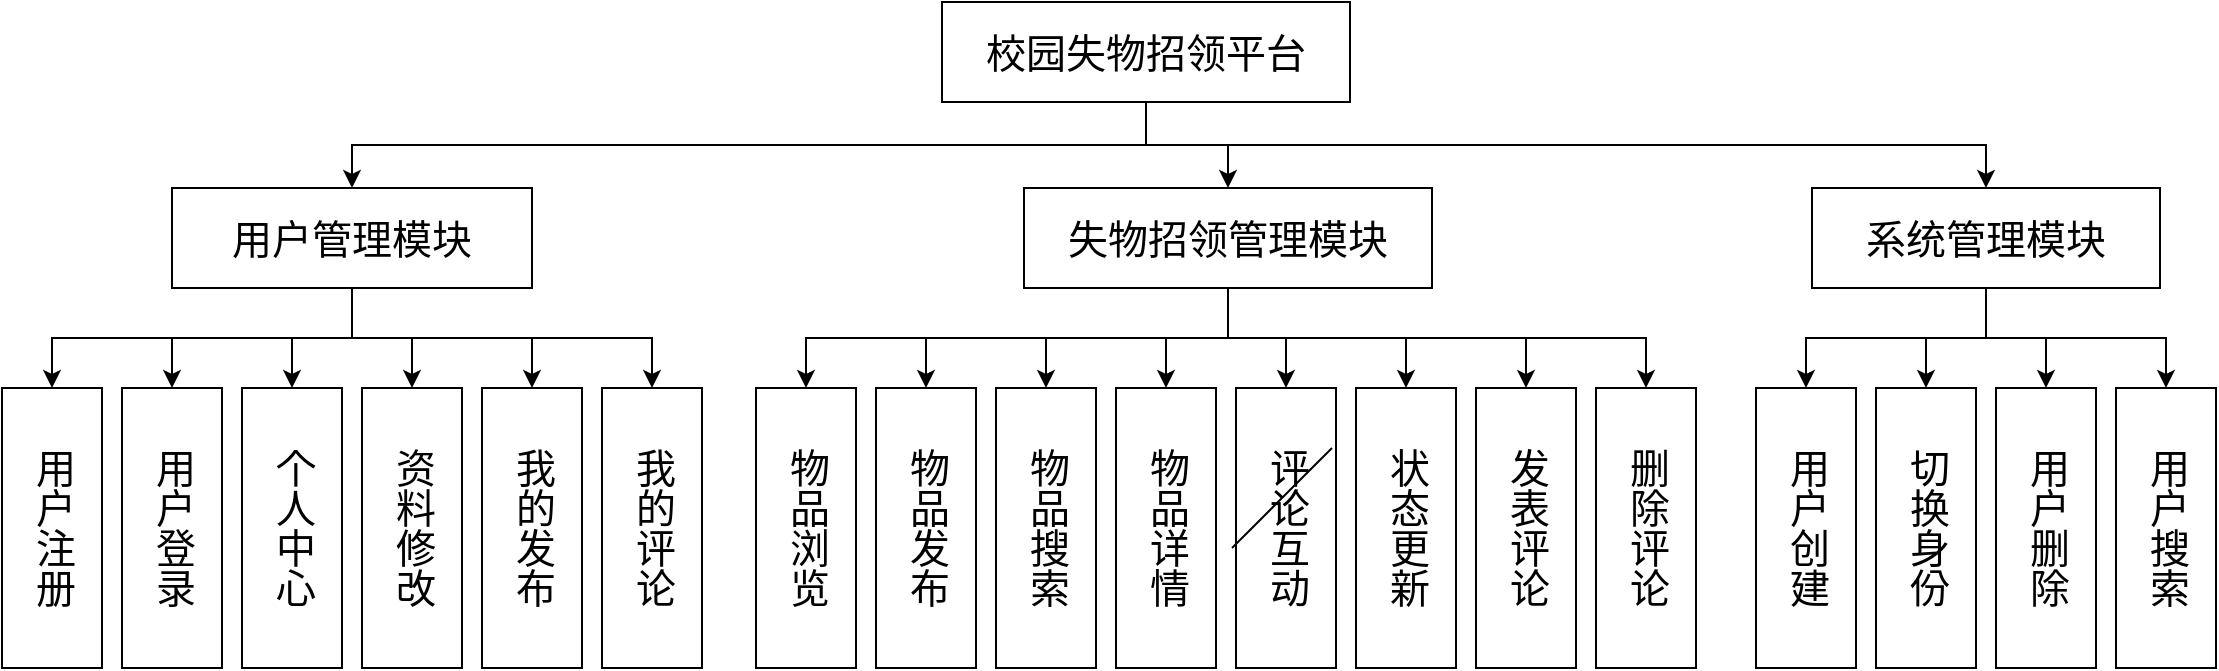
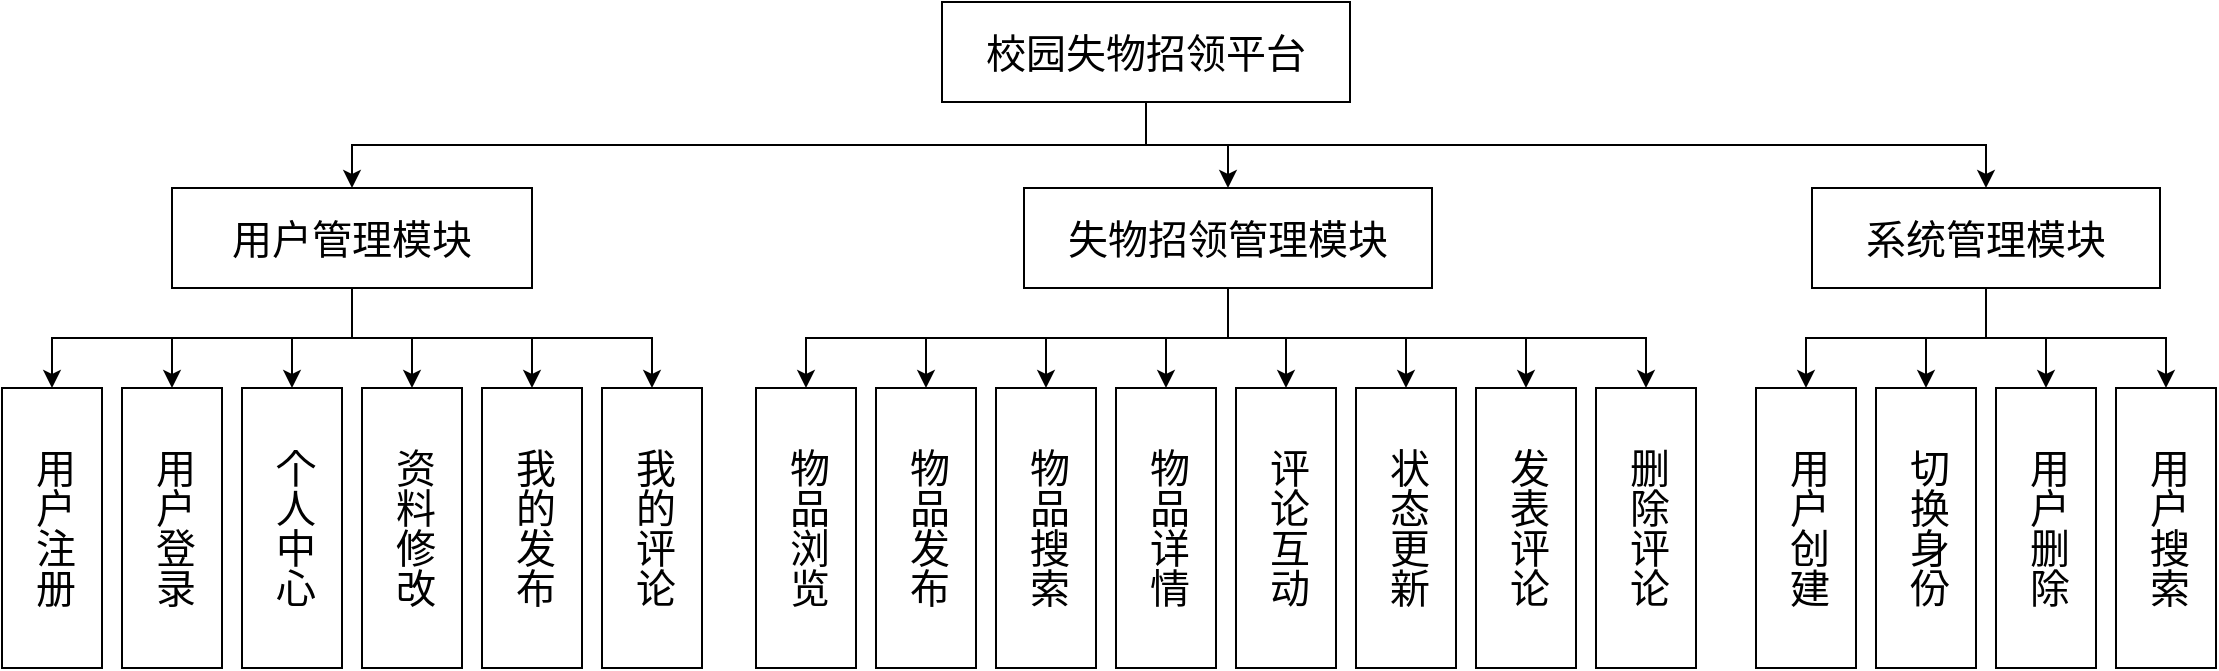
<mxfile host="app.diagrams.net">
  <diagram name="第 1 页" id="nJs_Kllohc66D-umpGYJ">
    <mxGraphModel dx="1460" dy="757" grid="1" gridSize="10" guides="1" tooltips="1" connect="1" arrows="1" fold="1" page="1" pageScale="1" pageWidth="1169" pageHeight="827" math="0" shadow="0">
      <root>
        <mxCell id="0" />
        <mxCell id="1" parent="0" />
        <mxCell id="WZJZH5SAOD1qW-51Krsf-39" edge="1" parent="1" source="WZJZH5SAOD1qW-51Krsf-6" style="edgeStyle=orthogonalEdgeStyle;rounded=0;orthogonalLoop=1;jettySize=auto;html=1;exitX=0.5;exitY=1;exitDx=0;exitDy=0;entryX=0.5;entryY=0;entryDx=0;entryDy=0;" target="WZJZH5SAOD1qW-51Krsf-7">
          <mxGeometry relative="1" as="geometry" />
        </mxCell>
        <mxCell id="WZJZH5SAOD1qW-51Krsf-40" edge="1" parent="1" source="WZJZH5SAOD1qW-51Krsf-6" style="edgeStyle=orthogonalEdgeStyle;rounded=0;orthogonalLoop=1;jettySize=auto;html=1;exitX=0.5;exitY=1;exitDx=0;exitDy=0;entryX=0.5;entryY=0;entryDx=0;entryDy=0;" target="WZJZH5SAOD1qW-51Krsf-8">
          <mxGeometry relative="1" as="geometry" />
        </mxCell>
        <mxCell id="WZJZH5SAOD1qW-51Krsf-41" edge="1" parent="1" source="WZJZH5SAOD1qW-51Krsf-6" style="edgeStyle=orthogonalEdgeStyle;rounded=0;orthogonalLoop=1;jettySize=auto;html=1;exitX=0.5;exitY=1;exitDx=0;exitDy=0;entryX=0.5;entryY=0;entryDx=0;entryDy=0;" target="WZJZH5SAOD1qW-51Krsf-9">
          <mxGeometry relative="1" as="geometry" />
        </mxCell>
        <mxCell id="WZJZH5SAOD1qW-51Krsf-6" parent="1" style="rounded=0;whiteSpace=wrap;html=1;fillColor=none;" value="&lt;font style=&quot;font-size: 20px;&quot;&gt;校园失物招领平台&lt;/font&gt;" vertex="1">
          <mxGeometry height="50" width="204" x="485" y="37" as="geometry" />
        </mxCell>
        <mxCell id="WZJZH5SAOD1qW-51Krsf-33" edge="1" parent="1" source="WZJZH5SAOD1qW-51Krsf-7" style="edgeStyle=orthogonalEdgeStyle;rounded=0;orthogonalLoop=1;jettySize=auto;html=1;exitX=0.5;exitY=1;exitDx=0;exitDy=0;entryX=0.5;entryY=0;entryDx=0;entryDy=0;" target="WZJZH5SAOD1qW-51Krsf-10">
          <mxGeometry relative="1" as="geometry" />
        </mxCell>
        <mxCell id="WZJZH5SAOD1qW-51Krsf-34" edge="1" parent="1" source="WZJZH5SAOD1qW-51Krsf-7" style="edgeStyle=orthogonalEdgeStyle;rounded=0;orthogonalLoop=1;jettySize=auto;html=1;exitX=0.5;exitY=1;exitDx=0;exitDy=0;" target="WZJZH5SAOD1qW-51Krsf-11">
          <mxGeometry relative="1" as="geometry" />
        </mxCell>
        <mxCell id="WZJZH5SAOD1qW-51Krsf-35" edge="1" parent="1" source="WZJZH5SAOD1qW-51Krsf-7" style="edgeStyle=orthogonalEdgeStyle;rounded=0;orthogonalLoop=1;jettySize=auto;html=1;exitX=0.5;exitY=1;exitDx=0;exitDy=0;entryX=0.5;entryY=0;entryDx=0;entryDy=0;" target="WZJZH5SAOD1qW-51Krsf-12">
          <mxGeometry relative="1" as="geometry" />
        </mxCell>
        <mxCell id="WZJZH5SAOD1qW-51Krsf-36" edge="1" parent="1" source="WZJZH5SAOD1qW-51Krsf-7" style="edgeStyle=orthogonalEdgeStyle;rounded=0;orthogonalLoop=1;jettySize=auto;html=1;exitX=0.5;exitY=1;exitDx=0;exitDy=0;entryX=0.5;entryY=0;entryDx=0;entryDy=0;" target="WZJZH5SAOD1qW-51Krsf-17">
          <mxGeometry relative="1" as="geometry" />
        </mxCell>
        <mxCell id="WZJZH5SAOD1qW-51Krsf-37" edge="1" parent="1" source="WZJZH5SAOD1qW-51Krsf-7" style="edgeStyle=orthogonalEdgeStyle;rounded=0;orthogonalLoop=1;jettySize=auto;html=1;exitX=0.5;exitY=1;exitDx=0;exitDy=0;entryX=0.5;entryY=0;entryDx=0;entryDy=0;" target="WZJZH5SAOD1qW-51Krsf-18">
          <mxGeometry relative="1" as="geometry" />
        </mxCell>
        <mxCell id="WZJZH5SAOD1qW-51Krsf-38" edge="1" parent="1" source="WZJZH5SAOD1qW-51Krsf-7" style="edgeStyle=orthogonalEdgeStyle;rounded=0;orthogonalLoop=1;jettySize=auto;html=1;exitX=0.5;exitY=1;exitDx=0;exitDy=0;entryX=0.5;entryY=0;entryDx=0;entryDy=0;" target="WZJZH5SAOD1qW-51Krsf-19">
          <mxGeometry relative="1" as="geometry" />
        </mxCell>
        <mxCell id="WZJZH5SAOD1qW-51Krsf-7" parent="1" style="rounded=0;whiteSpace=wrap;html=1;fillColor=none;" value="&lt;font style=&quot;font-size: 20px;&quot;&gt;用户管理模块&lt;/font&gt;" vertex="1">
          <mxGeometry height="50" width="180" x="100" y="130" as="geometry" />
        </mxCell>
        <mxCell id="WZJZH5SAOD1qW-51Krsf-42" edge="1" parent="1" source="WZJZH5SAOD1qW-51Krsf-8" style="edgeStyle=orthogonalEdgeStyle;rounded=0;orthogonalLoop=1;jettySize=auto;html=1;exitX=0.5;exitY=1;exitDx=0;exitDy=0;entryX=0.5;entryY=0;entryDx=0;entryDy=0;" target="WZJZH5SAOD1qW-51Krsf-20">
          <mxGeometry relative="1" as="geometry" />
        </mxCell>
        <mxCell id="WZJZH5SAOD1qW-51Krsf-43" edge="1" parent="1" source="WZJZH5SAOD1qW-51Krsf-8" style="edgeStyle=orthogonalEdgeStyle;rounded=0;orthogonalLoop=1;jettySize=auto;html=1;exitX=0.5;exitY=1;exitDx=0;exitDy=0;entryX=0.5;entryY=0;entryDx=0;entryDy=0;" target="WZJZH5SAOD1qW-51Krsf-21">
          <mxGeometry relative="1" as="geometry" />
        </mxCell>
        <mxCell id="WZJZH5SAOD1qW-51Krsf-44" edge="1" parent="1" source="WZJZH5SAOD1qW-51Krsf-8" style="edgeStyle=orthogonalEdgeStyle;rounded=0;orthogonalLoop=1;jettySize=auto;html=1;exitX=0.5;exitY=1;exitDx=0;exitDy=0;entryX=0.5;entryY=0;entryDx=0;entryDy=0;" target="WZJZH5SAOD1qW-51Krsf-22">
          <mxGeometry relative="1" as="geometry" />
        </mxCell>
        <mxCell id="WZJZH5SAOD1qW-51Krsf-45" edge="1" parent="1" source="WZJZH5SAOD1qW-51Krsf-8" style="edgeStyle=orthogonalEdgeStyle;rounded=0;orthogonalLoop=1;jettySize=auto;html=1;exitX=0.5;exitY=1;exitDx=0;exitDy=0;entryX=0.5;entryY=0;entryDx=0;entryDy=0;" target="WZJZH5SAOD1qW-51Krsf-23">
          <mxGeometry relative="1" as="geometry" />
        </mxCell>
        <mxCell id="WZJZH5SAOD1qW-51Krsf-46" edge="1" parent="1" source="WZJZH5SAOD1qW-51Krsf-8" style="edgeStyle=orthogonalEdgeStyle;rounded=0;orthogonalLoop=1;jettySize=auto;html=1;exitX=0.5;exitY=1;exitDx=0;exitDy=0;entryX=0.5;entryY=0;entryDx=0;entryDy=0;" target="WZJZH5SAOD1qW-51Krsf-24">
          <mxGeometry relative="1" as="geometry" />
        </mxCell>
        <mxCell id="WZJZH5SAOD1qW-51Krsf-47" edge="1" parent="1" source="WZJZH5SAOD1qW-51Krsf-8" style="edgeStyle=orthogonalEdgeStyle;rounded=0;orthogonalLoop=1;jettySize=auto;html=1;exitX=0.5;exitY=1;exitDx=0;exitDy=0;entryX=0.5;entryY=0;entryDx=0;entryDy=0;" target="WZJZH5SAOD1qW-51Krsf-25">
          <mxGeometry relative="1" as="geometry" />
        </mxCell>
        <mxCell id="WZJZH5SAOD1qW-51Krsf-48" edge="1" parent="1" source="WZJZH5SAOD1qW-51Krsf-8" style="edgeStyle=orthogonalEdgeStyle;rounded=0;orthogonalLoop=1;jettySize=auto;html=1;exitX=0.5;exitY=1;exitDx=0;exitDy=0;entryX=0.5;entryY=0;entryDx=0;entryDy=0;" target="WZJZH5SAOD1qW-51Krsf-26">
          <mxGeometry relative="1" as="geometry" />
        </mxCell>
        <mxCell id="WZJZH5SAOD1qW-51Krsf-49" edge="1" parent="1" source="WZJZH5SAOD1qW-51Krsf-8" style="edgeStyle=orthogonalEdgeStyle;rounded=0;orthogonalLoop=1;jettySize=auto;html=1;exitX=0.5;exitY=1;exitDx=0;exitDy=0;entryX=0.5;entryY=0;entryDx=0;entryDy=0;" target="WZJZH5SAOD1qW-51Krsf-27">
          <mxGeometry relative="1" as="geometry" />
        </mxCell>
        <mxCell id="WZJZH5SAOD1qW-51Krsf-8" parent="1" style="rounded=0;whiteSpace=wrap;html=1;fillColor=none;" value="&lt;font style=&quot;font-size: 20px;&quot;&gt;失物招领管理模块&lt;/font&gt;" vertex="1">
          <mxGeometry height="50" width="204" x="526" y="130" as="geometry" />
        </mxCell>
        <mxCell id="WZJZH5SAOD1qW-51Krsf-50" edge="1" parent="1" source="WZJZH5SAOD1qW-51Krsf-9" style="edgeStyle=orthogonalEdgeStyle;rounded=0;orthogonalLoop=1;jettySize=auto;html=1;exitX=0.5;exitY=1;exitDx=0;exitDy=0;entryX=0.5;entryY=0;entryDx=0;entryDy=0;" target="WZJZH5SAOD1qW-51Krsf-28">
          <mxGeometry relative="1" as="geometry" />
        </mxCell>
        <mxCell id="WZJZH5SAOD1qW-51Krsf-51" edge="1" parent="1" source="WZJZH5SAOD1qW-51Krsf-9" style="edgeStyle=orthogonalEdgeStyle;rounded=0;orthogonalLoop=1;jettySize=auto;html=1;exitX=0.5;exitY=1;exitDx=0;exitDy=0;entryX=0.5;entryY=0;entryDx=0;entryDy=0;" target="WZJZH5SAOD1qW-51Krsf-29">
          <mxGeometry relative="1" as="geometry" />
        </mxCell>
        <mxCell id="WZJZH5SAOD1qW-51Krsf-52" edge="1" parent="1" source="WZJZH5SAOD1qW-51Krsf-9" style="edgeStyle=orthogonalEdgeStyle;rounded=0;orthogonalLoop=1;jettySize=auto;html=1;exitX=0.5;exitY=1;exitDx=0;exitDy=0;entryX=0.5;entryY=0;entryDx=0;entryDy=0;" target="WZJZH5SAOD1qW-51Krsf-30">
          <mxGeometry relative="1" as="geometry" />
        </mxCell>
        <mxCell id="WZJZH5SAOD1qW-51Krsf-53" edge="1" parent="1" source="WZJZH5SAOD1qW-51Krsf-9" style="edgeStyle=orthogonalEdgeStyle;rounded=0;orthogonalLoop=1;jettySize=auto;html=1;exitX=0.5;exitY=1;exitDx=0;exitDy=0;entryX=0.5;entryY=0;entryDx=0;entryDy=0;" target="WZJZH5SAOD1qW-51Krsf-31">
          <mxGeometry relative="1" as="geometry" />
        </mxCell>
        <mxCell id="WZJZH5SAOD1qW-51Krsf-9" parent="1" style="rounded=0;whiteSpace=wrap;html=1;fillColor=none;" value="&lt;font style=&quot;font-size: 20px;&quot;&gt;系统管理模块&lt;/font&gt;" vertex="1">
          <mxGeometry height="50" width="174" x="920" y="130" as="geometry" />
        </mxCell>
        <mxCell id="WZJZH5SAOD1qW-51Krsf-10" parent="1" style="rounded=0;whiteSpace=wrap;html=1;fillColor=none;textDirection=vertical-lr;" value="&lt;font style=&quot;font-size: 20px;&quot;&gt;用户注册&lt;/font&gt;" vertex="1">
          <mxGeometry height="140" width="50" x="15" y="230" as="geometry" />
        </mxCell>
        <mxCell id="WZJZH5SAOD1qW-51Krsf-11" parent="1" style="rounded=0;whiteSpace=wrap;html=1;fillColor=none;textDirection=vertical-lr;" value="&lt;font style=&quot;font-size: 20px;&quot;&gt;用户登录&lt;/font&gt;" vertex="1">
          <mxGeometry height="140" width="50" x="75" y="230" as="geometry" />
        </mxCell>
        <mxCell id="WZJZH5SAOD1qW-51Krsf-12" parent="1" style="rounded=0;whiteSpace=wrap;html=1;fillColor=none;textDirection=vertical-lr;" value="&lt;span style=&quot;font-size: 20px;&quot;&gt;个人中心&lt;/span&gt;" vertex="1">
          <mxGeometry height="140" width="50" x="135" y="230" as="geometry" />
        </mxCell>
        <mxCell id="WZJZH5SAOD1qW-51Krsf-17" parent="1" style="rounded=0;whiteSpace=wrap;html=1;fillColor=none;textDirection=vertical-lr;" value="&lt;font style=&quot;font-size: 20px;&quot;&gt;资料修改&lt;/font&gt;" vertex="1">
          <mxGeometry height="140" width="50" x="195" y="230" as="geometry" />
        </mxCell>
        <mxCell id="WZJZH5SAOD1qW-51Krsf-18" parent="1" style="rounded=0;whiteSpace=wrap;html=1;fillColor=none;textDirection=vertical-lr;" value="&lt;font style=&quot;font-size: 20px;&quot;&gt;我的发布&lt;/font&gt;" vertex="1">
          <mxGeometry height="140" width="50" x="255" y="230" as="geometry" />
        </mxCell>
        <mxCell id="WZJZH5SAOD1qW-51Krsf-19" parent="1" style="rounded=0;whiteSpace=wrap;html=1;fillColor=none;textDirection=vertical-lr;" value="&lt;span style=&quot;font-size: 20px;&quot;&gt;我的评论&lt;/span&gt;" vertex="1">
          <mxGeometry height="140" width="50" x="315" y="230" as="geometry" />
        </mxCell>
        <mxCell id="WZJZH5SAOD1qW-51Krsf-20" parent="1" style="rounded=0;whiteSpace=wrap;html=1;fillColor=none;textDirection=vertical-lr;" value="&lt;span style=&quot;font-size: 20px;&quot;&gt;物品浏览&lt;/span&gt;" vertex="1">
          <mxGeometry height="140" width="50" x="392" y="230" as="geometry" />
        </mxCell>
        <mxCell id="WZJZH5SAOD1qW-51Krsf-21" parent="1" style="rounded=0;whiteSpace=wrap;html=1;fillColor=none;textDirection=vertical-lr;" value="&lt;span style=&quot;font-size: 20px;&quot;&gt;物品发布&lt;/span&gt;" vertex="1">
          <mxGeometry height="140" width="50" x="452" y="230" as="geometry" />
        </mxCell>
        <mxCell id="WZJZH5SAOD1qW-51Krsf-22" parent="1" style="rounded=0;whiteSpace=wrap;html=1;fillColor=none;textDirection=vertical-lr;" value="&lt;span style=&quot;font-size: 20px;&quot;&gt;物品搜索&lt;/span&gt;" vertex="1">
          <mxGeometry height="140" width="50" x="512" y="230" as="geometry" />
        </mxCell>
        <mxCell id="WZJZH5SAOD1qW-51Krsf-23" parent="1" style="rounded=0;whiteSpace=wrap;html=1;fillColor=none;textDirection=vertical-lr;" value="&lt;span style=&quot;font-size: 20px;&quot;&gt;物品详情&lt;/span&gt;" vertex="1">
          <mxGeometry height="140" width="50" x="572" y="230" as="geometry" />
        </mxCell>
        <mxCell id="WZJZH5SAOD1qW-51Krsf-24" parent="1" style="rounded=0;whiteSpace=wrap;html=1;fillColor=none;textDirection=vertical-lr;" value="&lt;span style=&quot;font-size: 20px;&quot;&gt;评论互动&lt;/span&gt;" vertex="1">
          <mxGeometry height="140" width="50" x="632" y="230" as="geometry" />
        </mxCell>
        <mxCell id="WZJZH5SAOD1qW-51Krsf-25" parent="1" style="rounded=0;whiteSpace=wrap;html=1;fillColor=none;textDirection=vertical-lr;" value="&lt;span style=&quot;font-size: 20px;&quot;&gt;状态更新&lt;/span&gt;" vertex="1">
          <mxGeometry height="140" width="50" x="692" y="230" as="geometry" />
        </mxCell>
        <mxCell id="WZJZH5SAOD1qW-51Krsf-26" parent="1" style="rounded=0;whiteSpace=wrap;html=1;fillColor=none;textDirection=vertical-lr;" value="&lt;span style=&quot;font-size: 20px;&quot;&gt;发表评论&lt;/span&gt;" vertex="1">
          <mxGeometry height="140" width="50" x="752" y="230" as="geometry" />
        </mxCell>
        <mxCell id="WZJZH5SAOD1qW-51Krsf-27" parent="1" style="rounded=0;whiteSpace=wrap;html=1;fillColor=none;textDirection=vertical-lr;" value="&lt;span style=&quot;font-size: 20px;&quot;&gt;删除评论&lt;/span&gt;" vertex="1">
          <mxGeometry height="140" width="50" x="812" y="230" as="geometry" />
        </mxCell>
        <mxCell id="WZJZH5SAOD1qW-51Krsf-28" parent="1" style="rounded=0;whiteSpace=wrap;html=1;fillColor=none;textDirection=vertical-lr;" value="&lt;span style=&quot;font-size: 20px;&quot;&gt;用户创建&lt;/span&gt;" vertex="1">
          <mxGeometry height="140" width="50" x="892" y="230" as="geometry" />
        </mxCell>
        <mxCell id="WZJZH5SAOD1qW-51Krsf-29" parent="1" style="rounded=0;whiteSpace=wrap;html=1;fillColor=none;textDirection=vertical-lr;" value="&lt;span style=&quot;font-size: 20px;&quot;&gt;切换身份&lt;/span&gt;" vertex="1">
          <mxGeometry height="140" width="50" x="952" y="230" as="geometry" />
        </mxCell>
        <mxCell id="WZJZH5SAOD1qW-51Krsf-30" parent="1" style="rounded=0;whiteSpace=wrap;html=1;fillColor=none;textDirection=vertical-lr;" value="&lt;span style=&quot;font-size: 20px;&quot;&gt;用户删除&lt;/span&gt;" vertex="1">
          <mxGeometry height="140" width="50" x="1012" y="230" as="geometry" />
        </mxCell>
        <mxCell id="WZJZH5SAOD1qW-51Krsf-31" parent="1" style="rounded=0;whiteSpace=wrap;html=1;fillColor=none;textDirection=vertical-lr;" value="&lt;span style=&quot;font-size: 20px;&quot;&gt;用户搜索&lt;/span&gt;" vertex="1">
          <mxGeometry height="140" width="50" x="1072" y="230" as="geometry" />
        </mxCell>
-         <mxCell id="WZJZH5SAOD1qW-51Krsf-32" edge="1" parent="1" style="endArrow=none;html=1;rounded=0;" value="">
-           <mxGeometry height="50" relative="1" width="50" as="geometry">
-             <mxPoint x="630" y="310" as="sourcePoint" />
-             <mxPoint x="680" y="260" as="targetPoint" />
-           </mxGeometry>
-         </mxCell>
      </root>
    </mxGraphModel>
  </diagram>
</mxfile>
